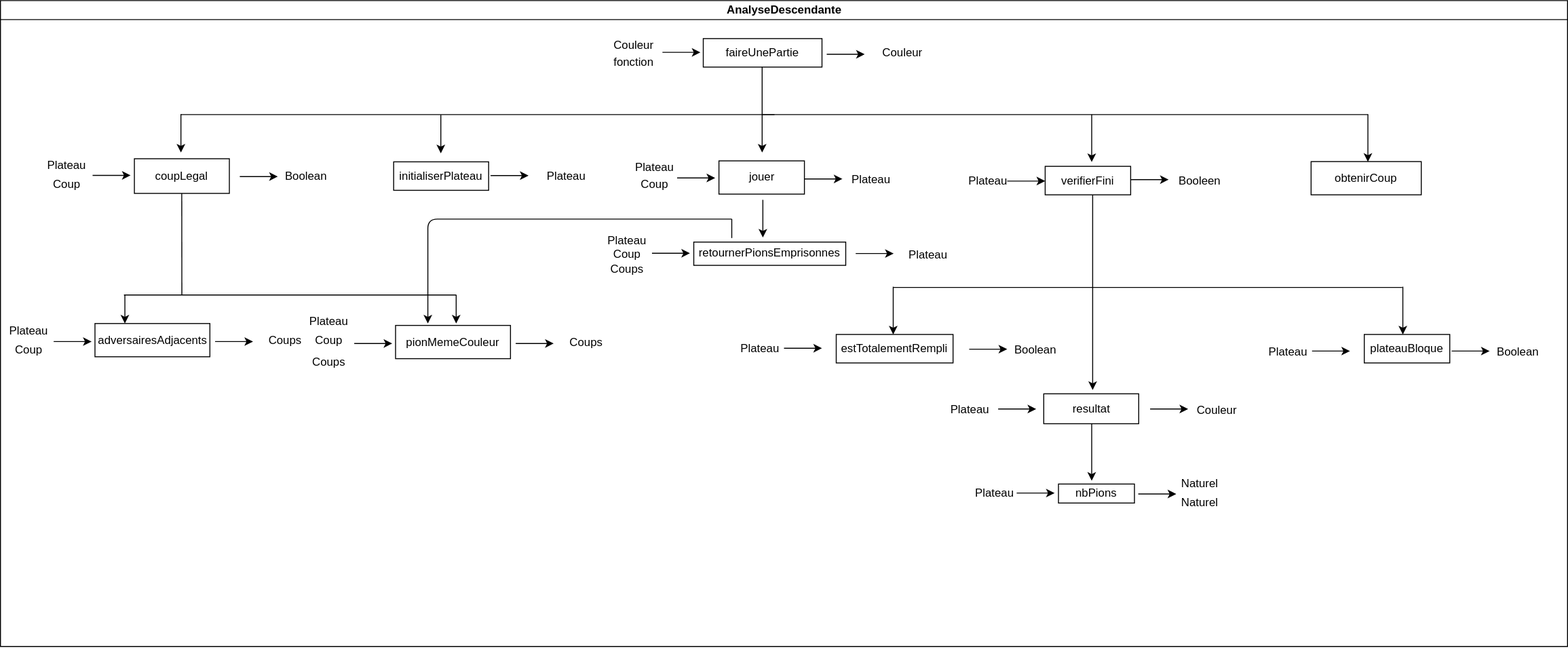
Above: rapport/analyse/FaireUnePartie.drawio.svg in Sachawski/othelloiti3 (draw.io), before the change. Source tidied: cells renumbered, new cells last; positions are measured from the earlier drawing's top-left corner, leaving out a move shared by most shapes.
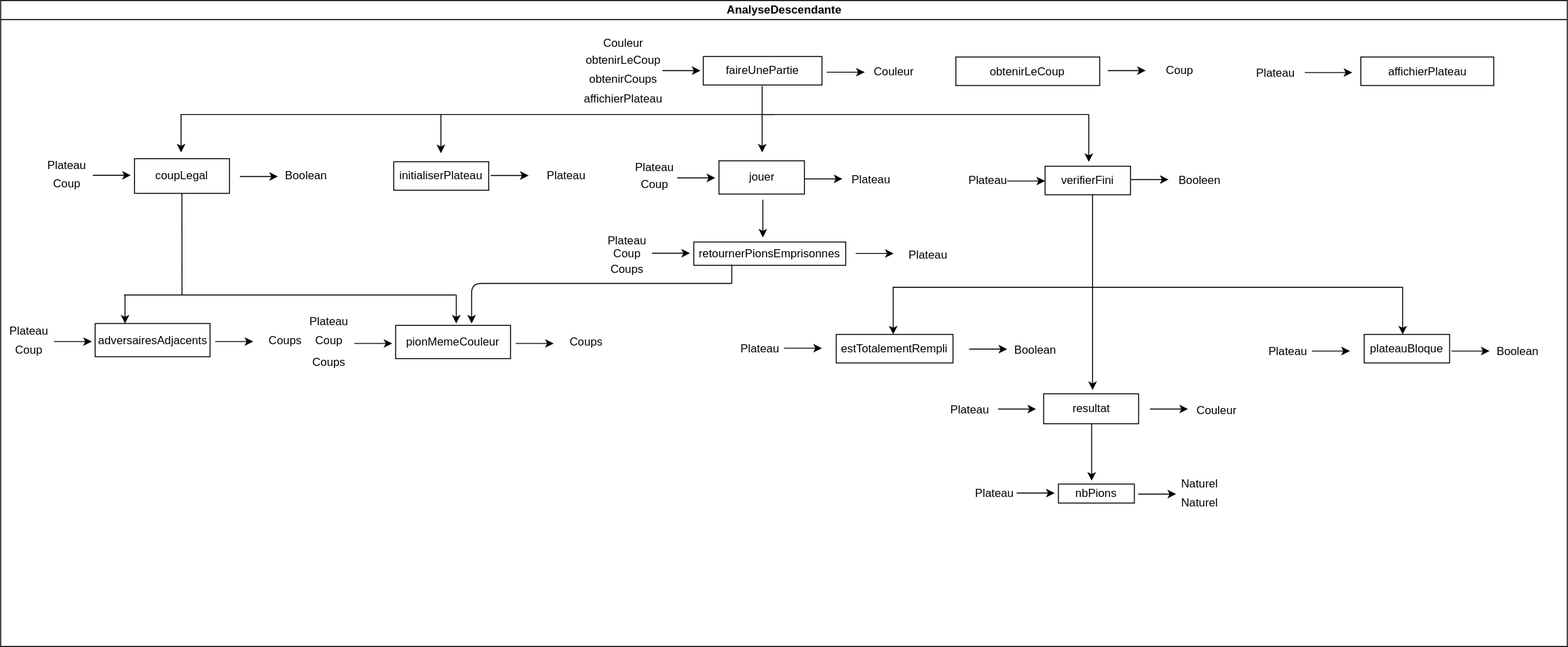
The same file after the commit.

Diff of the diagram source:
```diff
@@ -6,36 +6,36 @@
       <mxGeometry width="1650" height="680" as="geometry" />
     </mxCell>
     <mxCell id="3" value="faireUnePartie" style="rounded=0;whiteSpace=wrap;html=1;" parent="2" vertex="1">
-      <mxGeometry x="740" y="40" width="125" height="30" as="geometry" />
+      <mxGeometry x="740" y="59" width="125" height="30" as="geometry" />
     </mxCell>
     <mxCell id="4" style="endArrow=classic;html=1;rounded=0;" parent="2" edge="1">
       <mxGeometry relative="1" as="geometry">
-        <mxPoint x="697" y="54.5" as="sourcePoint" />
-        <mxPoint x="737" y="54.5" as="targetPoint" />
+        <mxPoint x="697" y="73.9" as="sourcePoint" />
+        <mxPoint x="737" y="73.9" as="targetPoint" />
       </mxGeometry>
     </mxCell>
     <mxCell id="5" value="Couleur" style="text;html=1;strokeColor=none;fillColor=none;align=center;verticalAlign=middle;whiteSpace=wrap;rounded=0;" parent="2" vertex="1">
-      <mxGeometry x="637" y="32" width="60" height="30" as="geometry" />
+      <mxGeometry x="626" y="29.5" width="60" height="30" as="geometry" />
     </mxCell>
     <mxCell id="6" value="Couleur" style="text;html=1;strokeColor=none;fillColor=none;align=center;verticalAlign=middle;whiteSpace=wrap;rounded=0;" parent="2" vertex="1">
-      <mxGeometry x="920" y="40" width="60" height="30" as="geometry" />
+      <mxGeometry x="910.5" y="59.5" width="60" height="30" as="geometry" />
     </mxCell>
     <mxCell id="7" style="endArrow=classic;html=1;rounded=0;" parent="2" edge="1">
       <mxGeometry relative="1" as="geometry">
-        <mxPoint x="870" y="56.5" as="sourcePoint" />
-        <mxPoint x="910" y="56.5" as="targetPoint" />
+        <mxPoint x="870" y="75.5" as="sourcePoint" />
+        <mxPoint x="910" y="75.5" as="targetPoint" />
       </mxGeometry>
     </mxCell>
     <mxCell id="8" style="endArrow=none;html=1;rounded=0;" parent="2" edge="1">
       <mxGeometry relative="1" as="geometry">
         <mxPoint x="802" y="120" as="sourcePoint" />
-        <mxPoint x="1440" y="120" as="targetPoint" />
+        <mxPoint x="1146" y="120" as="targetPoint" />
       </mxGeometry>
     </mxCell>
     <mxCell id="9" style="endArrow=classic;html=1;" parent="2" edge="1">
       <mxGeometry relative="1" as="geometry">
-        <mxPoint x="1149" y="120" as="sourcePoint" />
-        <mxPoint x="1149" y="170" as="targetPoint" />
+        <mxPoint x="1146" y="120" as="sourcePoint" />
+        <mxPoint x="1146" y="170" as="targetPoint" />
       </mxGeometry>
     </mxCell>
     <mxCell id="10" style="endArrow=none;html=1;" parent="2" edge="1">
@@ -50,9 +50,6 @@
         <mxPoint x="463.7" y="160.8" as="targetPoint" />
       </mxGeometry>
     </mxCell>
-    <mxCell id="12" value="obtenirCoup" style="rounded=0;whiteSpace=wrap;html=1;" parent="2" vertex="1">
-      <mxGeometry x="1380" y="169.5" width="116" height="35" as="geometry" />
-    </mxCell>
     <mxCell id="13" style="endArrow=classic;html=1;" parent="2" edge="1">
       <mxGeometry relative="1" as="geometry">
         <mxPoint x="802.8" y="209.8" as="sourcePoint" />
@@ -71,18 +68,12 @@
         <mxPoint x="480" y="310" as="targetPoint" />
       </mxGeometry>
     </mxCell>
-    <mxCell id="16" value="fonction" style="text;html=1;strokeColor=none;fillColor=none;align=center;verticalAlign=middle;whiteSpace=wrap;rounded=0;" parent="2" vertex="1">
-      <mxGeometry x="637" y="50" width="60" height="30" as="geometry" />
+    <mxCell id="16" value="obtenirLeCoup" style="text;html=1;strokeColor=none;fillColor=none;align=center;verticalAlign=middle;whiteSpace=wrap;rounded=0;" parent="2" vertex="1">
+      <mxGeometry x="626" y="47.5" width="60" height="30" as="geometry" />
     </mxCell>
-    <mxCell id="17" style="endArrow=classic;html=1;" parent="2" edge="1">
-      <mxGeometry relative="1" as="geometry">
-        <mxPoint x="1439.8" y="119.8" as="sourcePoint" />
-        <mxPoint x="1439.8" y="169.8" as="targetPoint" />
-      </mxGeometry>
-    </mxCell>
     <mxCell id="18" style="endArrow=classic;html=1;" parent="2" edge="1">
       <mxGeometry relative="1" as="geometry">
-        <mxPoint x="802" y="70" as="sourcePoint" />
+        <mxPoint x="802" y="90" as="sourcePoint" />
         <mxPoint x="802" y="160" as="targetPoint" />
       </mxGeometry>
     </mxCell>
@@ -355,19 +346,19 @@
     </mxCell>
     <mxCell id="84" style="endArrow=classic;html=1;" parent="2" edge="1">
       <mxGeometry relative="1" as="geometry">
-        <mxPoint x="770" y="230" as="sourcePoint" />
-        <mxPoint x="450" y="340" as="targetPoint" />
+        <mxPoint x="770" y="297.9" as="sourcePoint" />
+        <mxPoint x="496" y="340" as="targetPoint" />
         <Array as="points">
-          <mxPoint x="590" y="230" />
-          <mxPoint x="520" y="230" />
-          <mxPoint x="450" y="230" />
+          <mxPoint x="636" y="297.9" />
+          <mxPoint x="566" y="297.9" />
+          <mxPoint x="496" y="297.9" />
         </Array>
       </mxGeometry>
     </mxCell>
     <mxCell id="85" style="endArrow=none;html=1;" parent="2" edge="1">
       <mxGeometry relative="1" as="geometry">
-        <mxPoint x="770" y="230" as="sourcePoint" />
-        <mxPoint x="770" y="250" as="targetPoint" />
+        <mxPoint x="770" y="278" as="sourcePoint" />
+        <mxPoint x="770" y="298" as="targetPoint" />
       </mxGeometry>
     </mxCell>
     <mxCell id="86" style="endArrow=classic;html=1;rounded=0;" parent="2" edge="1">
@@ -430,5 +421,38 @@
     <mxCell id="100" value="Plateau" style="text;html=1;strokeColor=none;fillColor=none;align=center;verticalAlign=middle;whiteSpace=wrap;rounded=0;" parent="2" vertex="1">
       <mxGeometry x="946.5" y="252.5" width="60" height="30" as="geometry" />
     </mxCell>
+    <mxCell id="101" value="obtenirCoups" style="text;html=1;strokeColor=none;fillColor=none;align=center;verticalAlign=middle;whiteSpace=wrap;rounded=0;" parent="2" vertex="1">
+      <mxGeometry x="626" y="67.5" width="60" height="30" as="geometry" />
+    </mxCell>
+    <mxCell id="102" value="affichierPlateau" style="text;html=1;strokeColor=none;fillColor=none;align=center;verticalAlign=middle;whiteSpace=wrap;rounded=0;" parent="2" vertex="1">
+      <mxGeometry x="626" y="88.5" width="60" height="30" as="geometry" />
+    </mxCell>
+    <mxCell id="103" value="affichierPlateau" style="rounded=0;whiteSpace=wrap;html=1;" parent="2" vertex="1">
+      <mxGeometry x="1432.5" y="59.5" width="140" height="30" as="geometry" />
+    </mxCell>
+    <mxCell id="104" style="endArrow=classic;html=1;" parent="2" edge="1">
+      <mxGeometry relative="1" as="geometry">
+        <mxPoint x="1373.5" y="75.9" as="sourcePoint" />
+        <mxPoint x="1423.5" y="75.9" as="targetPoint" />
+      </mxGeometry>
+    </mxCell>
+    <mxCell id="105" style="group;" parent="2" vertex="1">
+      <mxGeometry x="1006" y="58.5" width="266" height="31" as="geometry" />
+    </mxCell>
+    <mxCell id="106" value="obtenirLeCoup" style="rounded=0;whiteSpace=wrap;html=1;" parent="105" vertex="1">
+      <mxGeometry y="1" width="151.5" height="30" as="geometry" />
+    </mxCell>
+    <mxCell id="107" style="endArrow=classic;html=1;" parent="105" edge="1">
+      <mxGeometry relative="1" as="geometry">
+        <mxPoint x="160" y="15.3" as="sourcePoint" />
+        <mxPoint x="200" y="15.3" as="targetPoint" />
+      </mxGeometry>
+    </mxCell>
+    <mxCell id="108" value="Coup" style="text;html=1;strokeColor=none;fillColor=none;align=center;verticalAlign=middle;whiteSpace=wrap;rounded=0;" parent="105" vertex="1">
+      <mxGeometry x="206" width="60" height="30" as="geometry" />
+    </mxCell>
+    <mxCell id="109" value="Plateau" style="text;html=1;strokeColor=none;fillColor=none;align=center;verticalAlign=middle;whiteSpace=wrap;rounded=0;" parent="2" vertex="1">
+      <mxGeometry x="1310.5" y="66" width="64" height="22.5" as="geometry" />
+    </mxCell>
   </root>
 </mxGraphModel>
```
